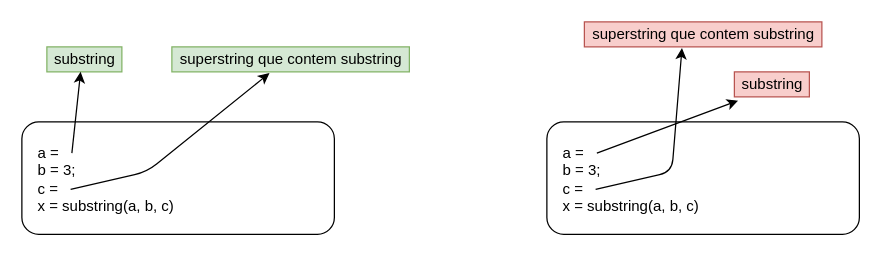
Before: page "espacos de enderecamento" (3 of 8) of docs/drawings/rpc.drawio in lasarojc/ds_notes, a draw.io diagram. Source tidied: cells renumbered, new cells numbered last; positions are measured from the earlier drawing's top-left corner, leaving out a move shared by most shapes. Both pictures are drawn from the tidied source at 125%, with x=0, y=0 at pixel (21, 21).
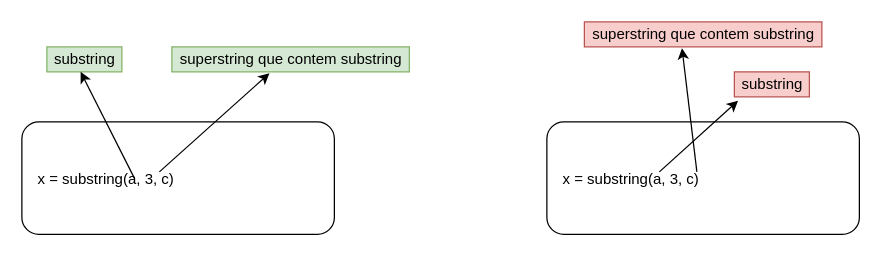
The same page after the edit.

Change to the diagram source:
```diff
@@
 <mxGraphModel>
   <root>
     <mxCell id="0" />
     <mxCell id="1" parent="0" />
-    <mxCell id="2" value="a = &#10;b = 3;&#10;c = &#10;x = substring(a, b, c)" style="rounded=1;whiteSpace=wrap;align=left;spacingTop=1;spacingLeft=11;" parent="1" vertex="1">
+    <mxCell id="2" value="x = substring(a, 3, c)" style="rounded=1;whiteSpace=wrap;align=left;spacingTop=1;spacingLeft=11;" parent="1" vertex="1">
       <mxGeometry y="80" width="250" height="90" as="geometry" />
     </mxCell>
     <mxCell id="3" value="substring" style="text;html=1;align=center;verticalAlign=middle;fillColor=#d5e8d4;strokeColor=#82b366;" parent="1" vertex="1">
       <mxGeometry x="20" y="20" width="60" height="20" as="geometry" />
     </mxCell>
     <mxCell id="4" value="&lt;span style=&quot;text-align: left&quot;&gt;superstring que contem substring&lt;/span&gt;" style="text;html=1;align=center;verticalAlign=middle;points=[];fillColor=#d5e8d4;strokeColor=#82b366;" parent="1" vertex="1">
       <mxGeometry x="120" y="20" width="190" height="20" as="geometry" />
     </mxCell>
-    <mxCell id="5" style="endArrow=classic;html=1;fillColor=#A0B86D;fontColor=#000000;startArrow=none;startFill=0;endFill=1;" parent="1" edge="1">
-      <mxGeometry relative="1" as="geometry">
-        <mxPoint x="40" y="105" as="sourcePoint" />
-        <mxPoint x="47" y="40" as="targetPoint" />
-      </mxGeometry>
-    </mxCell>
-    <mxCell id="6" style="endArrow=classic;html=1;fillColor=#A0B86D;fontColor=#000000;startArrow=none;startFill=0;endFill=1;entryX=0.411;entryY=1.05;entryDx=0;entryDy=0;entryPerimeter=0;" parent="1" edge="1" target="4">
-      <mxGeometry relative="1" as="geometry">
-        <mxPoint x="39" y="134" as="sourcePoint" />
-        <Array as="points">
-          <mxPoint x="100" y="120" />
-        </Array>
-      </mxGeometry>
-    </mxCell>
-    <mxCell id="7" value="a = &#10;b = 3;&#10;c = &#10;x = substring(a, b, c)" style="rounded=1;whiteSpace=wrap;align=left;spacingTop=1;spacingLeft=11;" parent="1" vertex="1">
+    <mxCell id="7" value="x = substring(a, 3, c)" style="rounded=1;whiteSpace=wrap;align=left;spacingTop=1;spacingLeft=11;" parent="1" vertex="1">
       <mxGeometry x="420" y="80" width="250" height="90" as="geometry" />
     </mxCell>
     <mxCell id="8" value="substring" style="text;html=1;align=center;verticalAlign=middle;points=[];fillColor=#f8cecc;strokeColor=#b85450;" parent="1" vertex="1">
       <mxGeometry x="570" y="40" width="60" height="20" as="geometry" />
     </mxCell>
     <mxCell id="9" value="&lt;span style=&quot;text-align: left&quot;&gt;superstring que contem substring&lt;/span&gt;" style="text;html=1;align=center;verticalAlign=middle;points=[];fillColor=#f8cecc;strokeColor=#b85450;" parent="1" vertex="1">
       <mxGeometry x="450" width="190" height="20" as="geometry" />
     </mxCell>
     <mxCell id="10" style="endArrow=classic;html=1;fillColor=#A0B86D;fontColor=#000000;startArrow=none;startFill=0;endFill=1;entryX=0.05;entryY=1.15;entryDx=0;entryDy=0;entryPerimeter=0;" parent="1" edge="1" target="8">
       <mxGeometry relative="1" as="geometry">
-        <mxPoint x="460" y="105" as="sourcePoint" />
+        <mxPoint x="510" y="120" as="sourcePoint" />
       </mxGeometry>
     </mxCell>
     <mxCell id="11" style="endArrow=classic;html=1;fillColor=#A0B86D;fontColor=#000000;startArrow=none;startFill=0;endFill=1;entryX=0.411;entryY=1.05;entryDx=0;entryDy=0;entryPerimeter=0;" parent="1" edge="1" target="9">
       <mxGeometry relative="1" as="geometry">
-        <mxPoint x="459" y="134" as="sourcePoint" />
-        <Array as="points">
-          <mxPoint x="520" y="120" />
-        </Array>
+        <mxPoint x="540" y="120" as="sourcePoint" />
       </mxGeometry>
     </mxCell>
+    <mxCell id="12" style="endArrow=classic;html=1;fillColor=#A0B86D;fontColor=#000000;startArrow=none;startFill=0;endFill=1;" parent="1" edge="1">
+      <mxGeometry relative="1" as="geometry">
+        <mxPoint x="90" y="125" as="sourcePoint" />
+        <mxPoint x="47" y="40" as="targetPoint" />
+      </mxGeometry>
+    </mxCell>
+    <mxCell id="13" style="endArrow=classic;html=1;fillColor=#A0B86D;fontColor=#000000;startArrow=none;startFill=0;endFill=1;entryX=0.411;entryY=1.05;entryDx=0;entryDy=0;entryPerimeter=0;exitX=0.44;exitY=0.444;exitDx=0;exitDy=0;exitPerimeter=0;" parent="1" edge="1">
+      <mxGeometry relative="1" as="geometry">
+        <mxPoint x="110" y="120" as="sourcePoint" />
+        <mxPoint x="198.1" y="41" as="targetPoint" />
+      </mxGeometry>
+    </mxCell>
   </root>
 </mxGraphModel>
```
